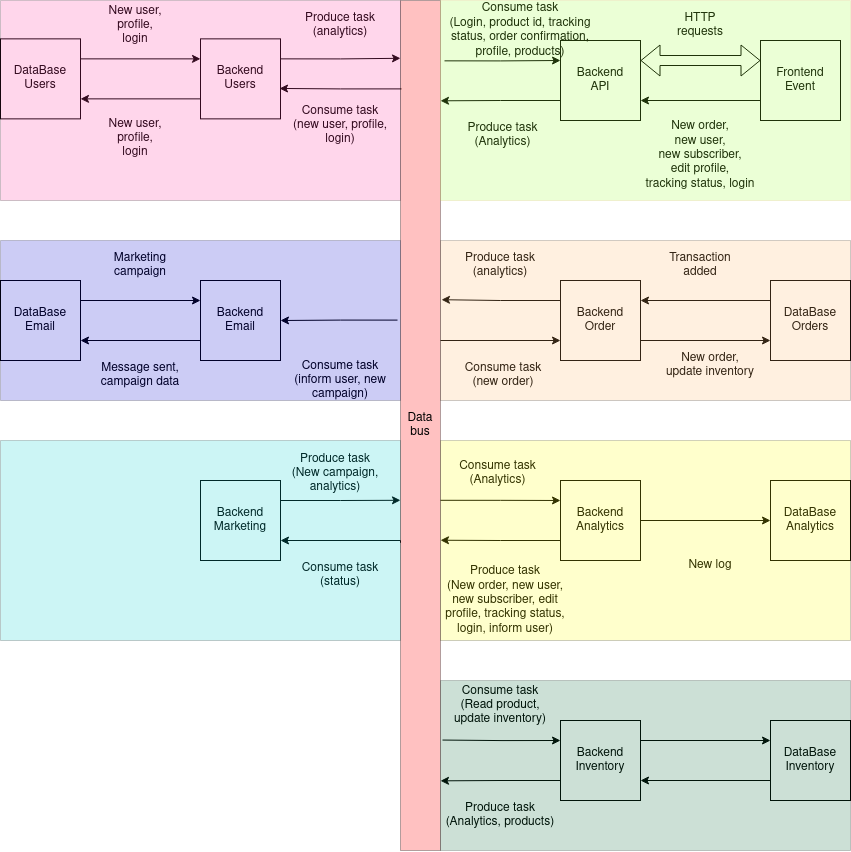
RomanW05/ecommerce keeps this draw.io diagram as blob/Overview.png. Above is the earlier version. Source tidied: cells renumbered, new cells last; positions are measured from the earlier drawing's top-left corner, leaving out a move shared by most shapes.
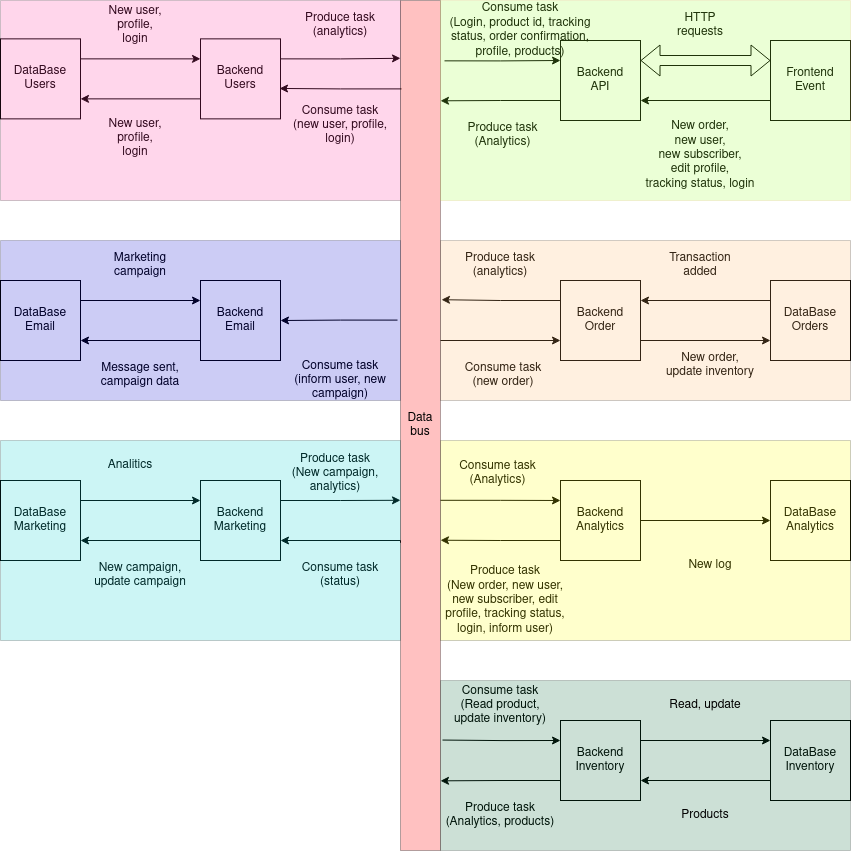
Later version of the same file.

Diff of the diagram source:
```diff
@@ -6,7 +6,7 @@
       <mxGeometry relative="1" as="geometry" />
     </mxCell>
     <mxCell id="3" value="&lt;div&gt;Frontend&lt;/div&gt;&lt;div&gt;Event&lt;br&gt;&lt;/div&gt;" style="whiteSpace=wrap;html=1;" parent="1" vertex="1">
-      <mxGeometry x="760" y="40" width="80" height="80" as="geometry" />
+      <mxGeometry x="770" y="40" width="80" height="80" as="geometry" />
     </mxCell>
     <mxCell id="4" style="edgeStyle=orthogonalEdgeStyle;rounded=0;jettySize=auto;html=1;exitX=0;exitY=0.75;exitDx=0;exitDy=0;entryX=0.118;entryY=0;entryDx=0;entryDy=0;entryPerimeter=0;" parent="1" edge="1" source="5" target="13">
       <mxGeometry relative="1" as="geometry" />
@@ -131,6 +131,9 @@
     <mxCell id="42" style="edgeStyle=orthogonalEdgeStyle;rounded=0;jettySize=auto;html=1;exitX=1;exitY=0.25;exitDx=0;exitDy=0;entryX=0.588;entryY=1;entryDx=0;entryDy=0;entryPerimeter=0;" parent="1" edge="1" source="43" target="13">
       <mxGeometry relative="1" as="geometry" />
     </mxCell>
+    <mxCell id="69" style="edgeStyle=orthogonalEdgeStyle;rounded=0;jettySize=auto;html=1;exitX=0;exitY=0.75;exitDx=0;exitDy=0;entryX=1;entryY=0.75;entryDx=0;entryDy=0;" parent="1" edge="1" source="43" target="70">
+      <mxGeometry relative="1" as="geometry" />
+    </mxCell>
     <mxCell id="43" value="&lt;div&gt;Backend&lt;/div&gt;&lt;div&gt;Marketing&lt;br&gt;&lt;/div&gt;" style="whiteSpace=wrap;html=1;" parent="1" vertex="1">
       <mxGeometry x="200" y="480" width="80" height="80" as="geometry" />
     </mxCell>
@@ -176,9 +179,6 @@
     <mxCell id="57" style="swimlane;startSize=0;fillColor=#fff2cc;strokeColor=#d6b656;fillStyle=solid;gradientColor=default;swimlaneFillColor=#99FF33;opacity=20;" parent="1" vertex="1">
       <mxGeometry x="440" width="410" height="200" as="geometry" />
     </mxCell>
-    <mxCell id="58" style="swimlane;startSize=0;swimlaneFillColor=#00CCCC;opacity=20;" parent="1" vertex="1">
-      <mxGeometry y="440" width="400" height="200" as="geometry" />
-    </mxCell>
     <mxCell id="59" style="swimlane;startSize=0;swimlaneFillColor=#0000CC;opacity=20;" parent="1" vertex="1">
       <mxGeometry y="240" width="400" height="160" as="geometry" />
     </mxCell>
@@ -211,5 +211,26 @@
     <mxCell id="68" style="swimlane;startSize=0;swimlaneFillColor=#006633;opacity=20;" parent="1" vertex="1">
       <mxGeometry x="440" y="680" width="410" height="170" as="geometry" />
     </mxCell>
+    <mxCell id="70" value="&lt;div&gt;DataBase&lt;/div&gt;&lt;div&gt;Marketing&lt;br&gt;&lt;/div&gt;" style="whiteSpace=wrap;html=1;" parent="1" vertex="1">
+      <mxGeometry y="480" width="80" height="80" as="geometry" />
+    </mxCell>
+    <mxCell id="71" style="edgeStyle=orthogonalEdgeStyle;rounded=0;jettySize=auto;html=1;exitX=1;exitY=0.25;exitDx=0;exitDy=0;entryX=0;entryY=0.25;entryDx=0;entryDy=0;" parent="1" edge="1" source="70" target="43">
+      <mxGeometry relative="1" as="geometry" />
+    </mxCell>
+    <mxCell id="72" value="New campaign, update campaign" style="text;html=1;strokeColor=none;fillColor=none;align=center;verticalAlign=middle;whiteSpace=wrap;rounded=0;" parent="1" vertex="1">
+      <mxGeometry x="80" y="560" width="120" height="30" as="geometry" />
+    </mxCell>
+    <mxCell id="73" value="Read, update" style="text;html=1;strokeColor=none;fillColor=none;align=center;verticalAlign=middle;whiteSpace=wrap;rounded=0;" parent="1" vertex="1">
+      <mxGeometry x="640" y="690" width="130" height="30" as="geometry" />
+    </mxCell>
+    <mxCell id="74" value="Products" style="text;html=1;strokeColor=none;fillColor=none;align=center;verticalAlign=middle;whiteSpace=wrap;rounded=0;" parent="1" vertex="1">
+      <mxGeometry x="640" y="800" width="130" height="30" as="geometry" />
+    </mxCell>
+    <mxCell id="75" value="Analitics" style="text;html=1;strokeColor=none;fillColor=none;align=center;verticalAlign=middle;whiteSpace=wrap;rounded=0;" parent="1" vertex="1">
+      <mxGeometry x="100" y="450" width="60" height="30" as="geometry" />
+    </mxCell>
+    <mxCell id="58" style="swimlane;startSize=0;swimlaneFillColor=#00CCCC;opacity=20;" parent="1" vertex="1">
+      <mxGeometry y="440" width="400" height="200" as="geometry" />
+    </mxCell>
   </root>
 </mxGraphModel>
```
